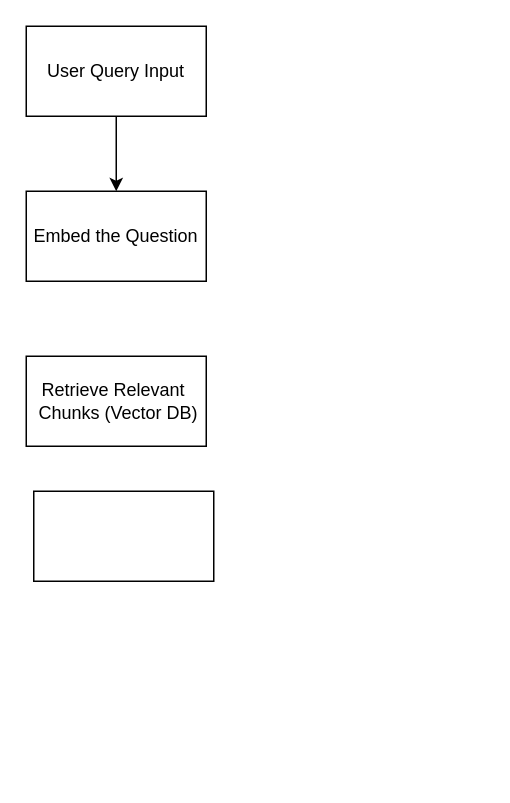
Above: Untitled Diagram.drawio in ashensilva96/RAG-System---Gov-Info-Access (draw.io), before the change. Source tidied: cells renumbered, new cells numbered last; positions are measured from the earlier drawing's top-left corner, leaving out a move shared by most shapes. Both pictures are drawn from the tidied source at 150%, with x=0, y=0 at pixel (26, 26).
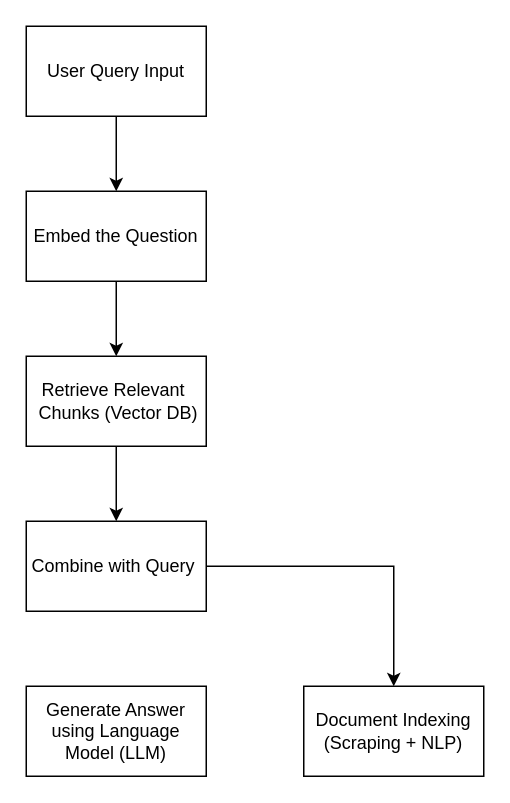
Above is the later version.

Change to the diagram source:
```diff
@@
 <mxGraphModel>
   <root>
     <mxCell id="0" />
     <mxCell id="1" parent="0" />
     <mxCell id="2" style="edgeStyle=orthogonalEdgeStyle;rounded=0;jettySize=auto;html=1;" parent="1" edge="1" source="3" target="4">
       <mxGeometry relative="1" as="geometry" />
     </mxCell>
     <mxCell id="3" value="User Query Input" style="rounded=0;whiteSpace=wrap;html=1;" parent="1" vertex="1">
       <mxGeometry width="120" height="60" as="geometry" />
     </mxCell>
+    <mxCell id="7" style="edgeStyle=orthogonalEdgeStyle;rounded=0;jettySize=auto;html=1;" parent="1" edge="1" source="4" target="5">
+      <mxGeometry relative="1" as="geometry" />
+    </mxCell>
     <mxCell id="4" value="Embed the Question" style="rounded=0;whiteSpace=wrap;html=1;" parent="1" vertex="1">
       <mxGeometry y="110" width="120" height="60" as="geometry" />
     </mxCell>
+    <mxCell id="8" style="edgeStyle=orthogonalEdgeStyle;rounded=0;jettySize=auto;html=1;" parent="1" edge="1" source="5" target="6">
+      <mxGeometry relative="1" as="geometry" />
+    </mxCell>
     <mxCell id="5" value="&lt;div&gt;Retrieve Relevant&amp;nbsp; &amp;nbsp;&lt;span style=&quot;background-color: transparent; color: light-dark(rgb(0, 0, 0), rgb(255, 255, 255));&quot;&gt;Chunks (Vector DB)&lt;/span&gt;&lt;/div&gt;" style="rounded=0;whiteSpace=wrap;html=1;" parent="1" vertex="1">
       <mxGeometry y="220" width="120" height="60" as="geometry" />
     </mxCell>
+    <mxCell id="9" style="edgeStyle=orthogonalEdgeStyle;rounded=0;jettySize=auto;html=1;entryX=0.5;entryY=0;entryDx=0;entryDy=0;" parent="1" edge="1" source="6" target="11">
+      <mxGeometry relative="1" as="geometry" />
+    </mxCell>
-    <mxCell id="6" style="rounded=0;whiteSpace=wrap;html=1;" parent="1" vertex="1">
-      <mxGeometry x="5" y="310" width="120" height="60" as="geometry" />
+    <mxCell id="6" value="Combine with Query&amp;nbsp;" style="rounded=0;whiteSpace=wrap;html=1;" parent="1" vertex="1">
+      <mxGeometry y="330" width="120" height="60" as="geometry" />
     </mxCell>
+    <mxCell id="10" value="Generate Answer using&amp;nbsp;Language Model (LLM)" style="rounded=0;whiteSpace=wrap;html=1;" parent="1" vertex="1">
+      <mxGeometry y="440" width="120" height="60" as="geometry" />
+    </mxCell>
+    <mxCell id="11" value="Document Indexing&lt;div&gt;(Scraping + NLP)&lt;/div&gt;" style="rounded=0;whiteSpace=wrap;html=1;" parent="1" vertex="1">
+      <mxGeometry x="185" y="440" width="120" height="60" as="geometry" />
+    </mxCell>
   </root>
 </mxGraphModel>
```
